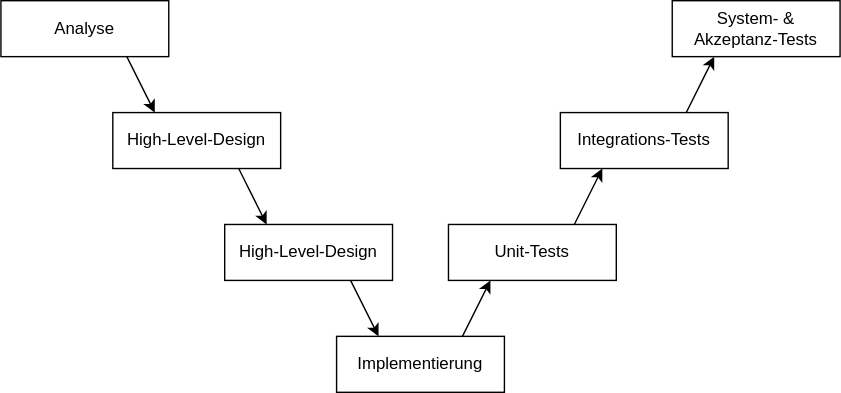
Before: SWE-KASCHE/assets/v-modell.svg, a diagram exported from draw.io (importPI19fromDHGE/dhge-pi19-sem3). Source tidied: cells renumbered, new cells last; positions are measured from the earlier drawing's top-left corner, leaving out a move shared by most shapes.
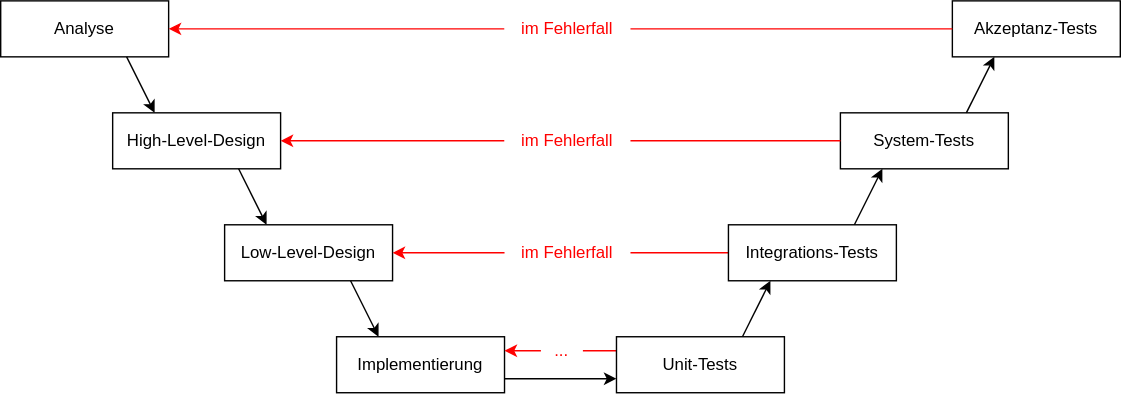
Above is the later version.

Commit message:
Fix: V-Modell Grafik (#121)

Change to the diagram source:
```diff
@@ -8,20 +8,32 @@
     <mxCell id="3" value="High-Level-Design" style="rounded=0;whiteSpace=wrap;html=1;" parent="1" vertex="1">
       <mxGeometry x="80" y="80" width="120" height="40" as="geometry" />
     </mxCell>
-    <mxCell id="4" value="High-Level-Design" style="rounded=0;whiteSpace=wrap;html=1;" parent="1" vertex="1">
+    <mxCell id="4" value="Low-Level-Design" style="rounded=0;whiteSpace=wrap;html=1;" parent="1" vertex="1">
       <mxGeometry x="160" y="160" width="120" height="40" as="geometry" />
     </mxCell>
+    <mxCell id="12" style="edgeStyle=orthogonalEdgeStyle;rounded=0;jettySize=auto;html=1;exitX=1;exitY=0.75;exitDx=0;exitDy=0;entryX=0;entryY=0.75;entryDx=0;entryDy=0;" parent="1" edge="1" source="5" target="6">
+      <mxGeometry relative="1" as="geometry" />
+    </mxCell>
     <mxCell id="5" value="Implementierung" style="rounded=0;whiteSpace=wrap;html=1;" parent="1" vertex="1">
       <mxGeometry x="240" y="240" width="120" height="40" as="geometry" />
     </mxCell>
+    <mxCell id="15" style="edgeStyle=orthogonalEdgeStyle;rounded=0;jettySize=auto;html=1;exitX=0;exitY=0.25;exitDx=0;exitDy=0;entryX=1;entryY=0.25;entryDx=0;entryDy=0;strokeColor=#FF0000;" parent="1" edge="1" source="6" target="5">
+      <mxGeometry relative="1" as="geometry" />
+    </mxCell>
     <mxCell id="6" value="Unit-Tests" style="rounded=0;whiteSpace=wrap;html=1;" parent="1" vertex="1">
-      <mxGeometry x="320" y="160" width="120" height="40" as="geometry" />
+      <mxGeometry x="440" y="240" width="120" height="40" as="geometry" />
     </mxCell>
+    <mxCell id="16" style="edgeStyle=orthogonalEdgeStyle;rounded=0;jettySize=auto;html=1;exitX=0;exitY=0.5;exitDx=0;exitDy=0;entryX=1;entryY=0.5;entryDx=0;entryDy=0;strokeColor=#FF0000;" parent="1" edge="1" source="7" target="4">
+      <mxGeometry relative="1" as="geometry" />
+    </mxCell>
     <mxCell id="7" value="Integrations-Tests" style="rounded=0;whiteSpace=wrap;html=1;" parent="1" vertex="1">
-      <mxGeometry x="400" y="80" width="120" height="40" as="geometry" />
+      <mxGeometry x="520" y="160" width="120" height="40" as="geometry" />
     </mxCell>
+    <mxCell id="17" style="edgeStyle=orthogonalEdgeStyle;rounded=0;jettySize=auto;html=1;exitX=0;exitY=0.5;exitDx=0;exitDy=0;entryX=1;entryY=0.5;entryDx=0;entryDy=0;strokeColor=#FF0000;startArrow=none;" parent="1" edge="1" source="23" target="3">
+      <mxGeometry relative="1" as="geometry" />
+    </mxCell>
-    <mxCell id="8" value="System- &amp;amp;&lt;br&gt;Akzeptanz-Tests" style="rounded=0;whiteSpace=wrap;html=1;" parent="1" vertex="1">
-      <mxGeometry x="480" width="120" height="40" as="geometry" />
+    <mxCell id="8" value="System-Tests" style="rounded=0;whiteSpace=wrap;html=1;" parent="1" vertex="1">
+      <mxGeometry x="600" y="80" width="120" height="40" as="geometry" />
     </mxCell>
     <mxCell id="9" style="endArrow=classic;html=1;exitX=0.75;exitY=1;exitDx=0;exitDy=0;entryX=0.25;entryY=0;entryDx=0;entryDy=0;" parent="1" edge="1" source="2" target="3">
       <mxGeometry relative="1" as="geometry" />
@@ -32,14 +44,41 @@
     <mxCell id="11" style="endArrow=classic;html=1;exitX=0.75;exitY=1;exitDx=0;exitDy=0;entryX=0.25;entryY=0;entryDx=0;entryDy=0;" parent="1" edge="1" source="4" target="5">
       <mxGeometry relative="1" as="geometry" />
     </mxCell>
-    <mxCell id="12" style="endArrow=classic;html=1;entryX=0.25;entryY=1;entryDx=0;entryDy=0;exitX=0.75;exitY=0;exitDx=0;exitDy=0;" parent="1" edge="1" source="5" target="6">
-      <mxGeometry relative="1" as="geometry" />
-    </mxCell>
     <mxCell id="13" style="endArrow=classic;html=1;exitX=0.75;exitY=0;exitDx=0;exitDy=0;entryX=0.25;entryY=1;entryDx=0;entryDy=0;" parent="1" edge="1" source="6" target="7">
       <mxGeometry relative="1" as="geometry" />
     </mxCell>
     <mxCell id="14" style="endArrow=classic;html=1;exitX=0.75;exitY=0;exitDx=0;exitDy=0;entryX=0.25;entryY=1;entryDx=0;entryDy=0;" parent="1" edge="1" source="7" target="8">
       <mxGeometry relative="1" as="geometry" />
     </mxCell>
+    <mxCell id="18" style="edgeStyle=orthogonalEdgeStyle;rounded=0;jettySize=auto;html=1;exitX=0;exitY=0.5;exitDx=0;exitDy=0;entryX=1;entryY=0.5;entryDx=0;entryDy=0;strokeColor=#FF0000;startArrow=none;" parent="1" edge="1" source="21" target="2">
+      <mxGeometry relative="1" as="geometry" />
+    </mxCell>
+    <mxCell id="19" value="Akzeptanz-Tests" style="rounded=0;whiteSpace=wrap;html=1;" parent="1" vertex="1">
+      <mxGeometry x="680" width="120" height="40" as="geometry" />
+    </mxCell>
+    <mxCell id="20" style="endArrow=classic;html=1;exitX=0.75;exitY=0;exitDx=0;exitDy=0;entryX=0.25;entryY=1;entryDx=0;entryDy=0;" parent="1" edge="1">
+      <mxGeometry relative="1" as="geometry">
+        <mxPoint x="690" y="80" as="sourcePoint" />
+        <mxPoint x="710" y="40" as="targetPoint" />
+      </mxGeometry>
+    </mxCell>
+    <mxCell id="21" value="im Fehlerfall" style="text;html=1;strokeColor=none;align=center;verticalAlign=middle;whiteSpace=wrap;rounded=0;fillColor=#ffffff;fontColor=#FF0000;" parent="1" vertex="1">
+      <mxGeometry x="360" y="10" width="90" height="20" as="geometry" />
+    </mxCell>
+    <mxCell id="22" style="edgeStyle=orthogonalEdgeStyle;rounded=0;jettySize=auto;html=1;exitX=0;exitY=0.5;exitDx=0;exitDy=0;entryX=1;entryY=0.5;entryDx=0;entryDy=0;strokeColor=#FF0000;endArrow=none;" parent="1" edge="1" source="19" target="21">
+      <mxGeometry relative="1" as="geometry" />
+    </mxCell>
+    <mxCell id="23" value="im Fehlerfall" style="text;html=1;strokeColor=none;align=center;verticalAlign=middle;whiteSpace=wrap;rounded=0;fillColor=#ffffff;fontColor=#FF0000;" parent="1" vertex="1">
+      <mxGeometry x="360" y="90" width="90" height="20" as="geometry" />
+    </mxCell>
+    <mxCell id="24" style="edgeStyle=orthogonalEdgeStyle;rounded=0;jettySize=auto;html=1;exitX=0;exitY=0.5;exitDx=0;exitDy=0;entryX=1;entryY=0.5;entryDx=0;entryDy=0;strokeColor=#FF0000;endArrow=none;" parent="1" edge="1" source="8" target="23">
+      <mxGeometry relative="1" as="geometry" />
+    </mxCell>
+    <mxCell id="25" value="im Fehlerfall" style="text;html=1;strokeColor=none;align=center;verticalAlign=middle;whiteSpace=wrap;rounded=0;fillColor=#ffffff;fontColor=#FF0000;" parent="1" vertex="1">
+      <mxGeometry x="360" y="170" width="90" height="20" as="geometry" />
+    </mxCell>
+    <mxCell id="26" value="..." style="text;html=1;strokeColor=none;align=center;verticalAlign=middle;whiteSpace=wrap;rounded=0;fillColor=#ffffff;fontColor=#FF0000;" parent="1" vertex="1">
+      <mxGeometry x="386" y="240" width="30" height="20" as="geometry" />
+    </mxCell>
   </root>
 </mxGraphModel>
```
